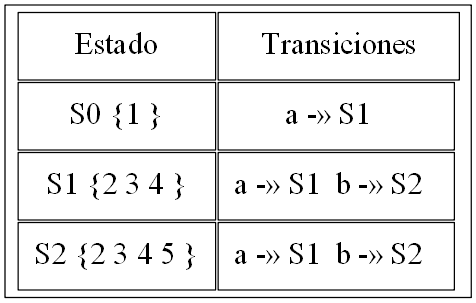
Above: trans_Expresion1.png in montherbasir/Practica1_OLC1 (Graphviz), before the change. Its source is kept beside it as trans_Expresion1.dot.
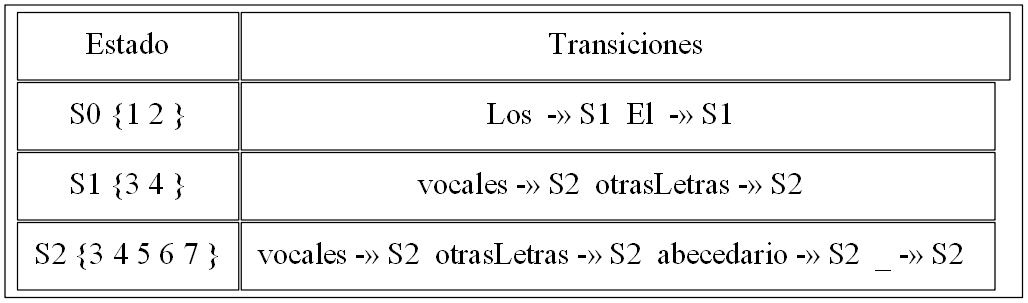
Above is the later version.

Change to the diagram source:
```diff
@@ -6,8 +6,8 @@
 
 N [label=<
 <table border="0" cellborder="1" cellpadding="12">
-  <tr><td>Estado</td><td colspan="3">Transiciones</td></tr>  <tr><td>S0 {1 }</td><td>a -» S1  </td></tr>
-  <tr><td>S1 {2 3 4 }</td><td>a -» S1  b -» S2  </td></tr>
-  <tr><td>S2 {2 3 4 5 }</td><td>a -» S1  b -» S2  </td></tr>
+  <tr><td>Estado</td><td colspan="7">Transiciones</td></tr>  <tr><td>S0 {1 2 }</td><td>Los  -» S1  El  -» S1  </td></tr>
+  <tr><td>S1 {3 4 }</td><td>vocales -» S2  otrasLetras -» S2  </td></tr>
+  <tr><td>S2 {3 4 5 6 7 }</td><td>vocales -» S2  otrasLetras -» S2  abecedario -» S2  _ -» S2  </td></tr>
 </table>>];
 }
```
